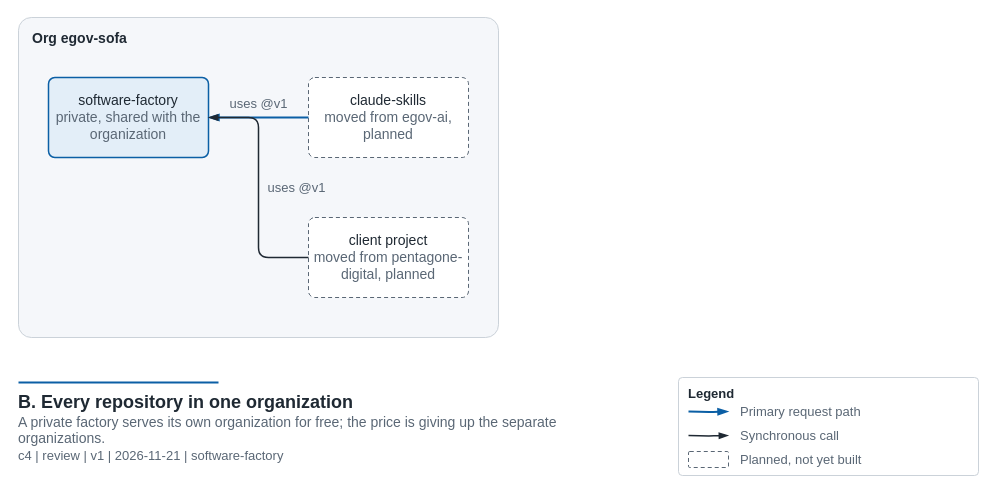
Earlier version of the draw.io diagram page "One org" (2 of 5) of docs/diagrams/private-factory-options.drawio (egov-sofa/software-factory). Source tidied: cells renumbered, new cells numbered last; positions are measured from the earlier drawing's top-left corner, leaving out a move shared by most shapes. Both pictures are drawn from the tidied source at 100%, with x=0, y=0 at pixel (18, 17).
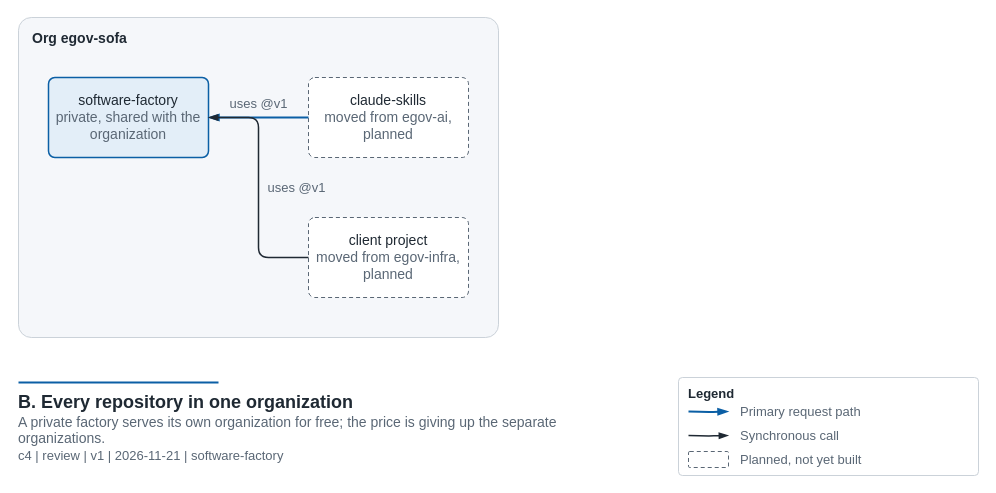
After the change.

The change refers to these unchanged cells:
```xml
<mxCell id="5" style="group;fillColor=none;strokeColor=none;" parent="2" vertex="1">
  <mxGeometry x="290" y="60" width="160" height="220" as="geometry" />
</mxCell>
```

Diff of the diagram source:
```diff
@@
-    <mxCell id="7" value="client project&lt;br&gt;&lt;font color=&quot;#5A6775&quot;&gt;moved from pentagone-digital, planned&lt;/font&gt;" style="rounded=1;arcSize=8;whiteSpace=wrap;html=1;fillColor=#FFFFFF;strokeColor=#5A6775;strokeWidth=1;fontSize=14;fontColor=#1F2933;align=center;verticalAlign=middle;dashed=1;dashPattern=4 3;" parent="5" vertex="1">
+    <mxCell id="7" value="client project&lt;br&gt;&lt;font color=&quot;#5A6775&quot;&gt;moved from egov-infra, planned&lt;/font&gt;" style="rounded=1;arcSize=8;whiteSpace=wrap;html=1;fillColor=#FFFFFF;strokeColor=#5A6775;strokeWidth=1;fontSize=14;fontColor=#1F2933;align=center;verticalAlign=middle;dashed=1;dashPattern=4 3;" parent="5" vertex="1">
       <mxGeometry y="140" width="160" height="80" as="geometry" />
     </mxCell>
```
